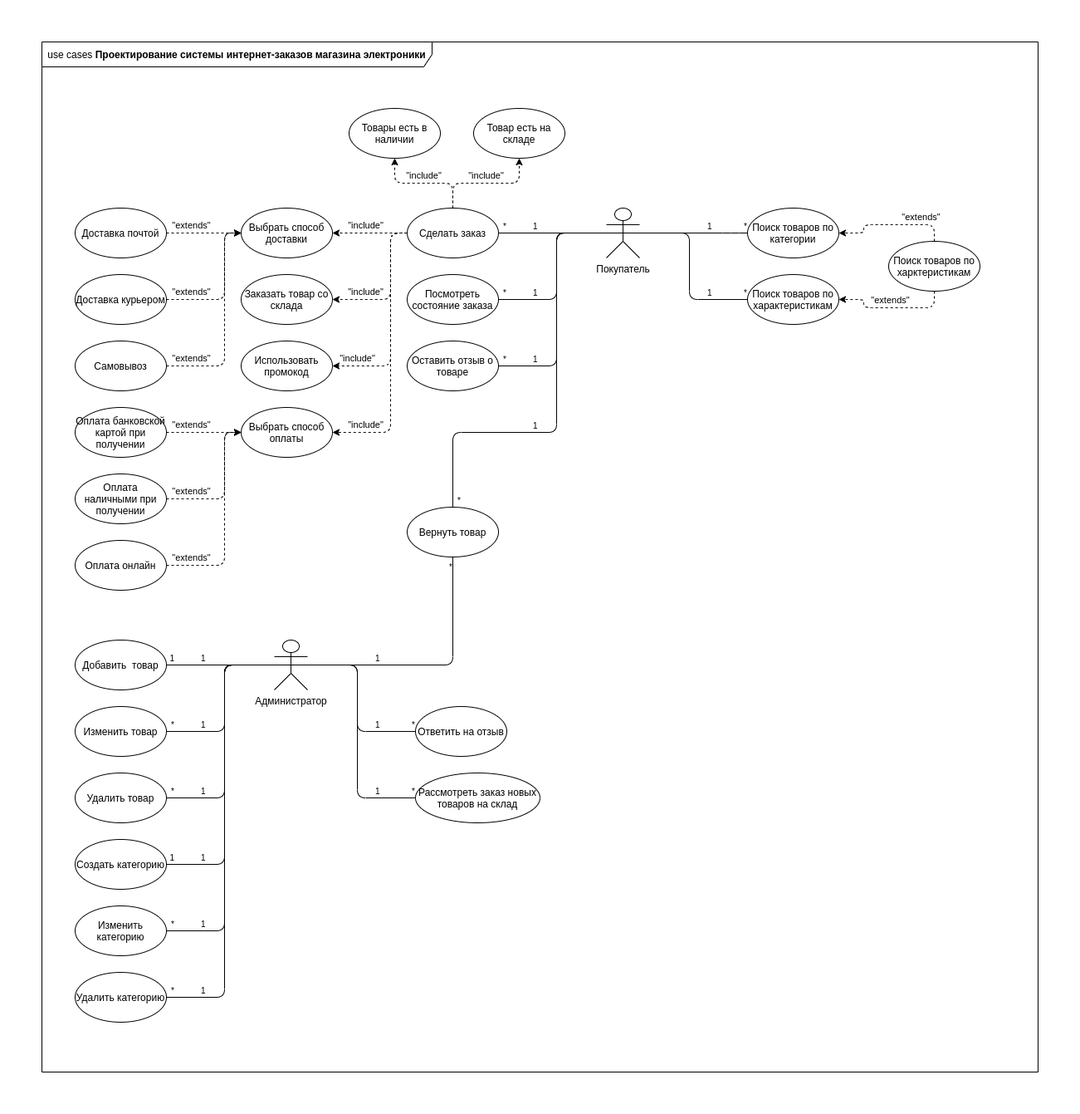
Before: out/use_case.png, a diagram exported from draw.io (randomunrandom/MSS). Source tidied: cells renumbered, new cells last; positions are measured from the earlier drawing's top-left corner, leaving out a move shared by most shapes.
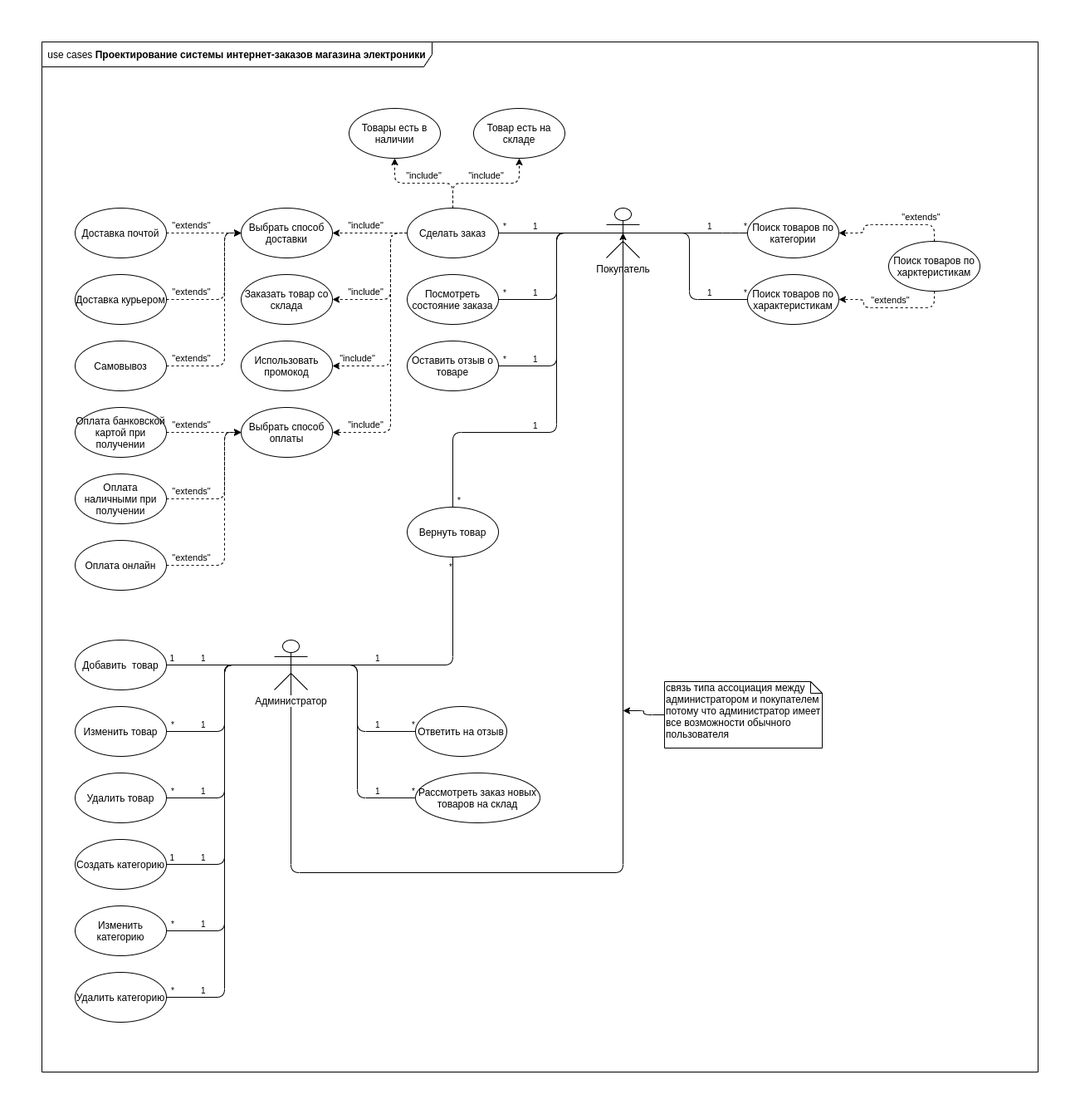
The same diagram one commit later.

Change to the diagram source:
```diff
@@ -253,6 +253,14 @@
     <mxCell id="54" value="&lt;div&gt;Поиск товаров по харктеристикам&lt;/div&gt;" style="ellipse;whiteSpace=wrap;html=1;fontFamily=Helvetica;fontSize=12;fontColor=#000000;align=center;strokeColor=#000000;fillColor=#ffffff;" parent="1" vertex="1">
       <mxGeometry x="1020" y="240" width="110" height="60" as="geometry" />
     </mxCell>
+    <mxCell id="91" style="edgeStyle=orthogonalEdgeStyle;rounded=1;jettySize=auto;html=1;exitX=0.5;exitY=0;exitDx=0;exitDy=0;exitPerimeter=0;entryX=0.5;entryY=0.5;entryDx=0;entryDy=0;entryPerimeter=0;" parent="1" edge="1" source="55" target="3">
+      <mxGeometry relative="1" as="geometry">
+        <Array as="points">
+          <mxPoint x="300" y="1000" />
+          <mxPoint x="700" y="1000" />
+        </Array>
+      </mxGeometry>
+    </mxCell>
     <mxCell id="55" value="Администратор" style="shape=umlActor;verticalLabelPosition=bottom;labelBackgroundColor=#ffffff;verticalAlign=top;html=1;" parent="1" vertex="1">
       <mxGeometry x="280" y="720" width="40" height="60" as="geometry" />
     </mxCell>
@@ -432,5 +440,13 @@
     <mxCell id="90" value="*" style="html=1;align=right;verticalAlign=bottom;labelBackgroundColor=#ffffff;fontSize=10;" parent="88" vertex="1">
       <mxGeometry x="1" relative="1" as="geometry" />
     </mxCell>
+    <mxCell id="92" style="edgeStyle=orthogonalEdgeStyle;rounded=1;jettySize=auto;html=1;exitX=0;exitY=0.5;exitDx=0;exitDy=0;exitPerimeter=0;" parent="1" edge="1" source="93">
+      <mxGeometry relative="1" as="geometry">
+        <mxPoint x="700" y="805" as="targetPoint" />
+      </mxGeometry>
+    </mxCell>
+    <mxCell id="93" value="связь типа ассоциация между администратором и покупателем потому что администратор имеет все возможности обычного пользователя" style="shape=note;whiteSpace=wrap;html=1;size=14;verticalAlign=top;align=left;spacingTop=-6;" parent="1" vertex="1">
+      <mxGeometry x="750" y="770" width="190" height="80" as="geometry" />
+    </mxCell>
   </root>
 </mxGraphModel>
```
